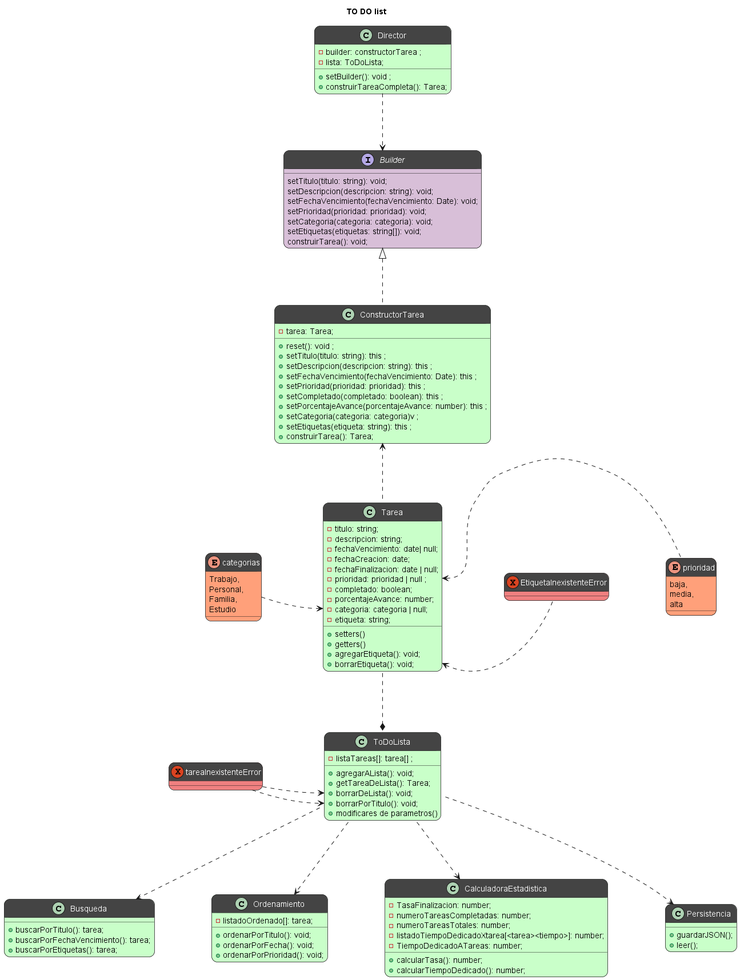
The PlantUML diagram diagramas/diagrama clases.png in FrancoLuduena-dev/To-DO-list, before a commit.
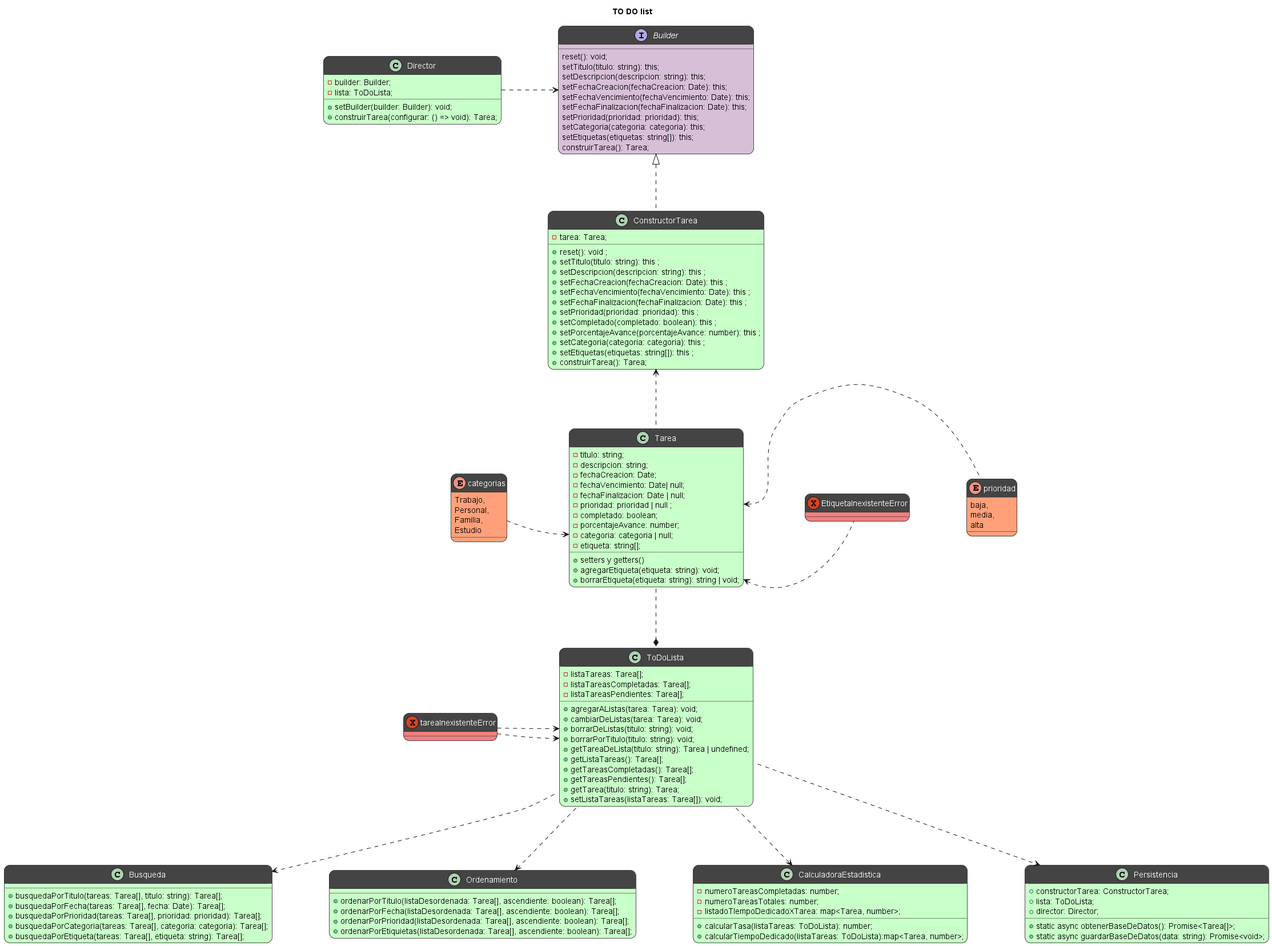
The same diagram one commit later.

Commit message:
agrego diagrama de secuencias, actualizacion diagrama de clases, actualizacion director para que el builder funcione como debe, borrado comentado innecesario en clases

What changed in the source:
```diff
@@ -1,31 +1,33 @@
 @startuml diagrama clases
 title TO DO list
 
-interface Builder #Thistle;header:444{
-    setTitulo(titulo: string): void;
-    setDescripcion(descripcion: string): void;
-    setFechaVencimiento(fechaVencimiento: Date): void;
-    setPrioridad(prioridad: prioridad): void;
-    setCategoria(categoria: categoria): void;
-    setEtiquetas(etiquetas: string[]): void;
-    construirTarea(): void;
+interface Builder #Thistle;header:444 {
+    reset(): void;
+    setTitulo(titulo: string): this;
+    setDescripcion(descripcion: string): this;
+    setFechaCreacion(fechaCreacion: Date): this;
+    setFechaVencimiento(fechaVencimiento: Date): this;
+    setFechaFinalizacion(fechaFinalizacion: Date): this;
+    setPrioridad(prioridad: prioridad): this;
+    setCategoria(categoria: categoria): this;
+    setEtiquetas(etiquetas: string[]): this;
+    construirTarea(): Tarea;
 }
 
 class Tarea #TECHNOLOGY;header:444{
     - titulo: string;
     - descripcion: string;
-    - fechaVencimiento: date| null;
-    - fechaCreacion: date;
-    - fechaFinalizacion: date | null;
+    - fechaCreacion: Date;
+    - fechaVencimiento: Date| null;
+    - fechaFinalizacion: Date | null;
     - prioridad: prioridad | null ;
     - completado: boolean;
     - porcentajeAvance: number;
     - categoria: categoria | null;
-    - etiqueta: string;
-    + setters()
-    + getters()
-    + agregarEtiqueta(): void;
-    + borrarEtiqueta(): void;
+    - etiqueta: string[];
+    + setters y getters()
+    + agregarEtiqueta(etiqueta: string): void;
+    + borrarEtiqueta(etiqueta: string): string | void;
 }
 
 class ConstructorTarea #TECHNOLOGY;header:444 implements Builder {
@@ -33,27 +35,29 @@
     +reset(): void ;
     +setTitulo(titulo: string): this ;
     +setDescripcion(descripcion: string): this ;
+    +setFechaCreacion(fechaCreacion: Date): this ;
     +setFechaVencimiento(fechaVencimiento: Date): this ;
+    +setFechaFinalizacion(fechaFinalizacion: Date): this ;
     +setPrioridad(prioridad: prioridad): this ;
     +setCompletado(completado: boolean): this ;
     +setPorcentajeAvance(porcentajeAvance: number): this ;
-    +setCategoria(categoria: categoria)v ;
-    +setEtiquetas(etiqueta: string): this ;
+    +setCategoria(categoria: categoria): this ;
+    +setEtiquetas(etiquetas: string[]): this ;
     +construirTarea(): Tarea;
 }
 
-class Director #TECHNOLOGY;header:444{
-    -builder: constructorTarea ;
-    -lista: ToDoLista;
-    +setBuilder(): void ;
-    +construirTareaCompleta(): Tarea;
+class Director #TECHNOLOGY;header:444 {
+    - builder: Builder;
+    - lista: ToDoLista;
+    + setBuilder(builder: Builder): void;
+    + construirTarea(configurar: () => void): Tarea;
 }
 
 enum prioridad #LightSalmon;header:444{
     baja,
     media,
     alta
-    }
+}
 
 enum categorias #LightSalmon;header:444{
     Trabajo,
@@ -61,52 +65,55 @@
     Familia,
     Estudio
 }
-
-class ToDoLista #TECHNOLOGY;header:444{
-    - listaTareas[]: tarea[] ;
-    + agregarALista(): void;
-    + getTareaDeLista(): Tarea;
-    + borrarDeLista(): void;
-    + borrarPorTitulo(): void;
-    + modificares de parametros()
+class ToDoLista #TECHNOLOGY;header:444 {
+    - listaTareas: Tarea[];
+    - listaTareasCompletadas: Tarea[];
+    - listaTareasPendientes: Tarea[];
+    + agregarAListas(tarea: Tarea): void;
+    + cambiarDeListas(tarea: Tarea): void;
+    + borrarDeListas(titulo: string): void;
+    + borrarPorTitulo(titulo: string): void;
+    + getTareaDeLista(titulo: string): Tarea | undefined;
+    + getListaTareas(): Tarea[];
+    + getTareasCompletadas(): Tarea[];
+    + getTareasPendientes(): Tarea[];
+    + getTarea(titulo: string): Tarea;
+    + setListaTareas(listaTareas: Tarea[]): void;
 }
 
-class Busqueda #TECHNOLOGY;header:444{
-    + buscarPorTitulo(): tarea;
-    + buscarPorFechaVencimiento(): tarea;
-    + buscarPorEtiquetas(): tarea;
+class Busqueda #TECHNOLOGY;header:444 {
+    + busquedaPorTitulo(tareas: Tarea[], titulo: string): Tarea[];
+    + busquedaPorFecha(tareas: Tarea[], fecha: Date): Tarea[];
+    + busquedaPorPrioridad(tareas: Tarea[], prioridad: prioridad): Tarea[];
+    + busquedaPorCategoria(tareas: Tarea[], categoria: categoria): Tarea[];
+    + busquedaPorEtiqueta(tareas: Tarea[], etiqueta: string): Tarea[];
+}
+class Ordenamiento #TECHNOLOGY;header:444 {
+    + ordenarPorTitulo(listaDesordenada: Tarea[], ascendiente: boolean): Tarea[];
+    + ordenarPorFecha(listaDesordenada: Tarea[], ascendiente: boolean): Tarea[];
+    + ordenarPorPrioridad(listaDesordenada: Tarea[], ascendiente: boolean): Tarea[];
+    + ordenarPorEtiquietas(listaDesordenada: Tarea[], ascendiente: boolean): Tarea[];
+}
+class CalculadoraEstadistica #TECHNOLOGY;header:444 {
+    - numeroTareasCompletadas: number;
+    - numeroTareasTotales: number;
+    - listadoTIempoDedicadoXTarea: map<Tarea, number>;
+    + calcularTasa(listaTareas: ToDoLista): number;
+    + calcularTiempoDedicado(listaTareas: ToDoLista):map<Tarea, number>;
 }
 
-class Ordenamiento #TECHNOLOGY;header:444{
-    - listadoOrdenado[]: tarea;
-    + ordenarPorTitulo(): void;
-    + ordenarPorFecha(): void;
-    + ordenarPorPrioridad(): void;
+class Persistencia #TECHNOLOGY;header:444 {
+    + constructorTarea: ConstructorTarea;
+    + lista: ToDoLista;
+    + director: Director;
+    + static async obtenerBaseDeDatos(): Promise<Tarea[]>;
+    + static async guardarBaseDeDatos(data: string): Promise<void>;
 }
-
-class CalculadoraEstadistica #TECHNOLOGY;header:444{
-    - TasaFinalizacion: number;
-    - numeroTareasCompletadas: number;
-    - numeroTareasTotales: number;
-    - listadoTiempoDedicadoXtarea[<tarea><tiempo>]: number;
-    - TiempoDedicadoATareas: number;
-    + calcularTasa(): number;
-    + calcularTiempoDedicado(): number;
-}
-
-class Persistencia #TECHNOLOGY;header:444{
-    + guardarJSON();
-    + leer();
-}
-
 exception tareaInexistenteError #LightCoral;header:444{}
 
 exception EtiquetaInexistenteError #LightCoral;header:444{}
-
     skinparam ranksep 100
     skinparam nodesep 100
-
-
     categorias .r.> Tarea::categoria
     Tarea .u.> ConstructorTarea
     Tarea ..* ToDoLista
@@ -118,9 +125,7 @@
     ToDoLista .d.> Busqueda
     ToDoLista .d.> Ordenamiento
     ToDoLista .d.> Persistencia
-    Director ..> Builder
-
-    skinparam roundcorner 20
-    skinparam classFontColor automatic
-
-@enduml
+    Director .r.> Builder
+            skinparam roundcorner 20
+            skinparam classFontColor automatic
+    @enduml
```
